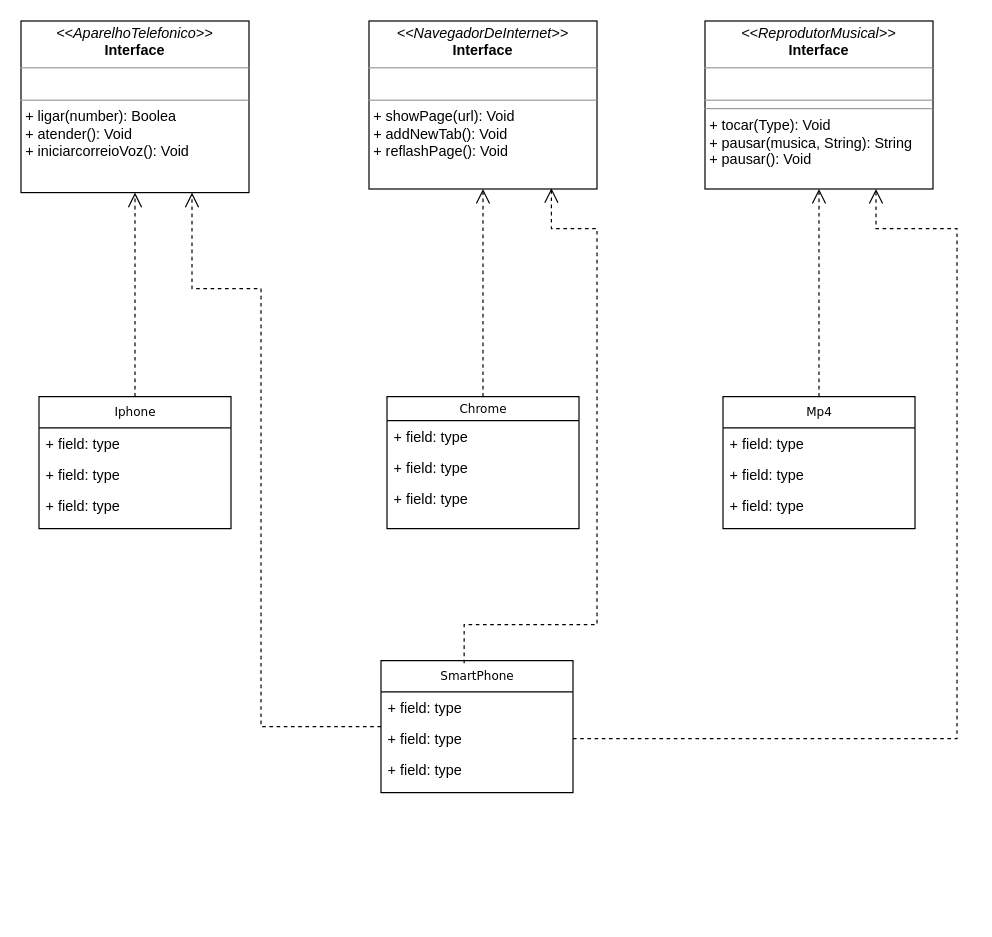
Sousa-Diin/dio-trilha-java-basico keeps this draw.io diagram as poo-iphone/src/com/sousadiin/Iphone.drawio. Above is the earlier version. Source tidied: cells renumbered, new cells numbered last; positions are measured from the earlier drawing's top-left corner, leaving out a move shared by most shapes. Both pictures are drawn from the tidied source at 120%, with x=0, y=0 at pixel (20, 20).
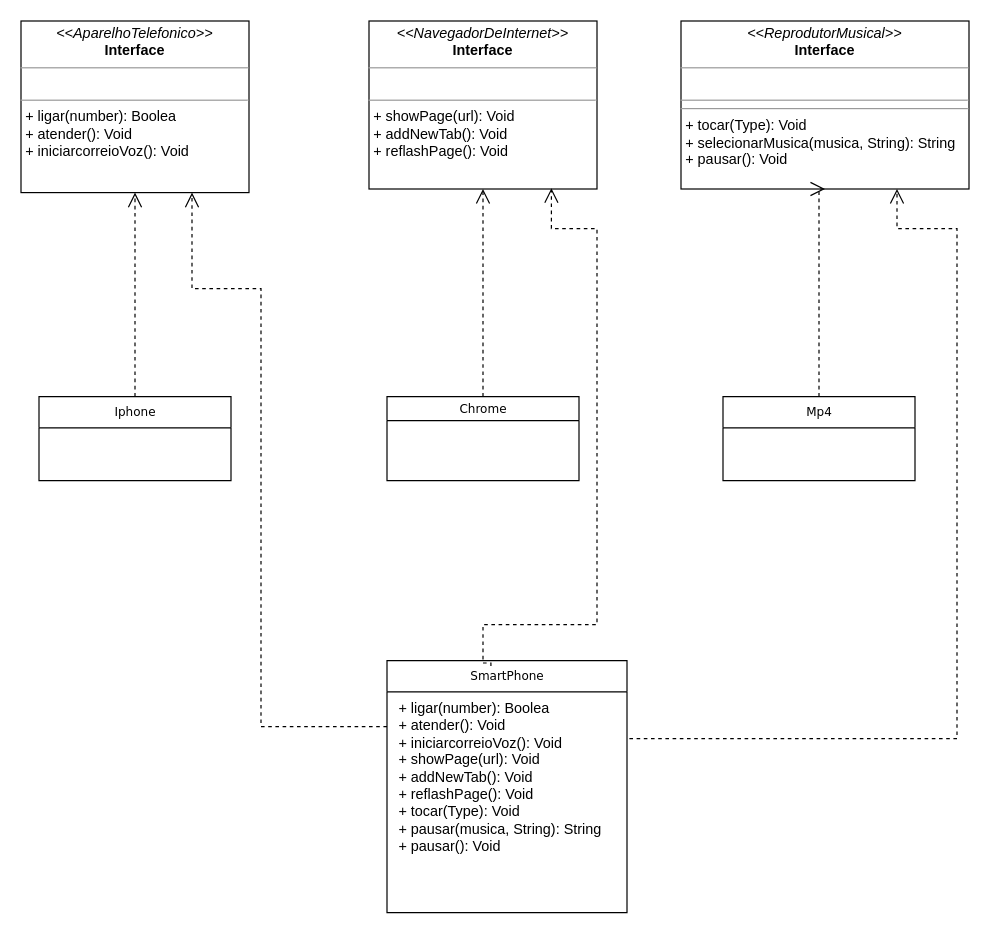
Above is the later version.

Unchanged cells that the change refers to:
```xml
<mxCell id="17" value="&lt;p style=&quot;margin:0px;margin-top:4px;text-align:center;&quot;&gt;&lt;i&gt;&amp;lt;&amp;lt;NavegadorDeInternet&amp;gt;&amp;gt;&lt;/i&gt;&lt;br&gt;&lt;b&gt;Interface&lt;/b&gt;&lt;/p&gt;&lt;hr size=&quot;1&quot;&gt;&lt;p style=&quot;margin:0px;margin-left:4px;&quot;&gt;&lt;br&gt;&lt;/p&gt;&lt;hr size=&quot;1&quot;&gt;&lt;p style=&quot;margin:0px;margin-left:4px;&quot;&gt;+ showPage(url): Void&lt;br&gt;+ addNewTab(): Void&lt;/p&gt;&lt;p style=&quot;margin:0px;margin-left:4px;&quot;&gt;+ reflashPage(): Void&lt;/p&gt;" style="verticalAlign=top;align=left;overflow=fill;fontSize=12;fontFamily=Helvetica;html=1;rounded=0;shadow=0;comic=0;labelBackgroundColor=none;strokeWidth=1;" parent="1" vertex="1">
  <mxGeometry x="290" width="190" height="140" as="geometry" />
</mxCell>
```

The edit, as a diff of the source:
```diff
@@
     <mxCell id="3" value="Iphone" style="swimlane;html=1;fontStyle=0;horizontal=1;startSize=26;fillColor=none;swimlaneFillColor=#ffffff;rounded=0;shadow=0;comic=0;labelBackgroundColor=none;strokeWidth=1;fontFamily=Verdana;fontSize=10;align=center;" parent="1" vertex="1">
-      <mxGeometry x="15" y="313" width="160" height="110" as="geometry" />
+      <mxGeometry x="15" y="313" width="160" height="70" as="geometry" />
     </mxCell>
-    <mxCell id="4" value="+ field: type" style="text;html=1;strokeColor=none;fillColor=none;align=left;verticalAlign=top;spacingLeft=4;spacingRight=4;whiteSpace=wrap;overflow=hidden;" parent="3" vertex="1">
-      <mxGeometry y="26" width="160" height="26" as="geometry" />
-    </mxCell>
-    <mxCell id="5" value="+ field: type" style="text;html=1;strokeColor=none;fillColor=none;align=left;verticalAlign=top;spacingLeft=4;spacingRight=4;whiteSpace=wrap;overflow=hidden;" parent="3" vertex="1">
-      <mxGeometry y="52" width="160" height="26" as="geometry" />
-    </mxCell>
-    <mxCell id="6" value="+ field: type" style="text;html=1;strokeColor=none;fillColor=none;align=left;verticalAlign=top;spacingLeft=4;spacingRight=4;whiteSpace=wrap;overflow=hidden;" parent="3" vertex="1">
-      <mxGeometry y="78" width="160" height="26" as="geometry" />
-    </mxCell>
     <mxCell id="7" value="Chrome" style="swimlane;html=1;fontStyle=0;horizontal=1;startSize=20;fillColor=none;swimlaneFillColor=#ffffff;rounded=0;shadow=0;comic=0;labelBackgroundColor=none;strokeWidth=1;fontFamily=Verdana;fontSize=10;align=center;" parent="1" vertex="1">
-      <mxGeometry x="305" y="313" width="160" height="110" as="geometry" />
+      <mxGeometry x="305" y="313" width="160" height="70" as="geometry" />
     </mxCell>
-    <mxCell id="8" value="+ field: type" style="text;html=1;strokeColor=none;fillColor=none;align=left;verticalAlign=top;spacingLeft=4;spacingRight=4;whiteSpace=wrap;overflow=hidden;" parent="7" vertex="1">
-      <mxGeometry y="20" width="160" height="26" as="geometry" />
-    </mxCell>
-    <mxCell id="9" value="+ field: type" style="text;html=1;strokeColor=none;fillColor=none;align=left;verticalAlign=top;spacingLeft=4;spacingRight=4;whiteSpace=wrap;overflow=hidden;" parent="7" vertex="1">
-      <mxGeometry y="46" width="160" height="26" as="geometry" />
-    </mxCell>
-    <mxCell id="10" value="+ field: type" style="text;html=1;strokeColor=none;fillColor=none;align=left;verticalAlign=top;spacingLeft=4;spacingRight=4;whiteSpace=wrap;overflow=hidden;" parent="7" vertex="1">
-      <mxGeometry y="72" width="160" height="26" as="geometry" />
-    </mxCell>
-    <mxCell id="11" value="SmartPhone" style="swimlane;html=1;fontStyle=0;horizontal=1;startSize=26;fillColor=none;swimlaneFillColor=#ffffff;rounded=0;shadow=0;comic=0;labelBackgroundColor=none;strokeWidth=1;fontFamily=Verdana;fontSize=10;align=center;" parent="1" vertex="1">
-      <mxGeometry x="300" y="533" width="160" height="110" as="geometry" />
-    </mxCell>
-    <mxCell id="12" value="+ field: type" style="text;html=1;strokeColor=none;fillColor=none;align=left;verticalAlign=top;spacingLeft=4;spacingRight=4;whiteSpace=wrap;overflow=hidden;" parent="11" vertex="1">
-      <mxGeometry y="26" width="160" height="26" as="geometry" />
-    </mxCell>
-    <mxCell id="13" value="+ field: type" style="text;html=1;strokeColor=none;fillColor=none;align=left;verticalAlign=top;spacingLeft=4;spacingRight=4;whiteSpace=wrap;overflow=hidden;points=[[0,0.5],[1,0.5]];portConstraint=eastwest;" parent="11" vertex="1">
-      <mxGeometry y="52" width="160" height="26" as="geometry" />
-    </mxCell>
-    <mxCell id="14" value="+ field: type" style="text;html=1;strokeColor=none;fillColor=none;align=left;verticalAlign=top;spacingLeft=4;spacingRight=4;whiteSpace=wrap;overflow=hidden;" parent="11" vertex="1">
-      <mxGeometry y="78" width="160" height="26" as="geometry" />
-    </mxCell>
@@
-    <mxCell id="18" value="&lt;p style=&quot;margin:0px;margin-top:4px;text-align:center;&quot;&gt;&lt;i&gt;&amp;lt;&amp;lt;ReprodutorMusical&amp;gt;&amp;gt;&lt;/i&gt;&lt;br&gt;&lt;b&gt;Interface&lt;/b&gt;&lt;/p&gt;&lt;hr size=&quot;1&quot;&gt;&lt;p style=&quot;margin:0px;margin-left:4px;&quot;&gt;&lt;br&gt;&lt;/p&gt;&lt;hr size=&quot;1&quot;&gt;&lt;hr size=&quot;1&quot;&gt;&lt;p style=&quot;margin: 0px 0px 0px 4px;&quot;&gt;+ tocar(Type): Void&lt;br&gt;+ pausar(musica, String): String&lt;/p&gt;&lt;p style=&quot;margin: 0px 0px 0px 4px;&quot;&gt;+ pausar(): Void&lt;/p&gt;" style="verticalAlign=top;align=left;overflow=fill;fontSize=12;fontFamily=Helvetica;html=1;rounded=0;shadow=0;comic=0;labelBackgroundColor=none;strokeWidth=1;" parent="1" vertex="1">
-      <mxGeometry x="570" width="190" height="140" as="geometry" />
+    <mxCell id="18" value="&lt;p style=&quot;margin:0px;margin-top:4px;text-align:center;&quot;&gt;&lt;i&gt;&amp;lt;&amp;lt;ReprodutorMusical&amp;gt;&amp;gt;&lt;/i&gt;&lt;br&gt;&lt;b&gt;Interface&lt;/b&gt;&lt;/p&gt;&lt;hr size=&quot;1&quot;&gt;&lt;p style=&quot;margin:0px;margin-left:4px;&quot;&gt;&lt;br&gt;&lt;/p&gt;&lt;hr size=&quot;1&quot;&gt;&lt;hr size=&quot;1&quot;&gt;&lt;p style=&quot;margin: 0px 0px 0px 4px;&quot;&gt;+ tocar(Type): Void&lt;br&gt;+ selecionarMusica(musica, String): String&lt;/p&gt;&lt;p style=&quot;margin: 0px 0px 0px 4px;&quot;&gt;+ pausar(): Void&lt;/p&gt;" style="verticalAlign=top;align=left;overflow=fill;fontSize=12;fontFamily=Helvetica;html=1;rounded=0;shadow=0;comic=0;labelBackgroundColor=none;strokeWidth=1;" parent="1" vertex="1">
+      <mxGeometry x="550" width="240" height="140" as="geometry" />
     </mxCell>
@@
     <mxCell id="20" value="Mp4" style="swimlane;html=1;fontStyle=0;horizontal=1;startSize=26;fillColor=none;swimlaneFillColor=#ffffff;rounded=0;shadow=0;comic=0;labelBackgroundColor=none;strokeWidth=1;fontFamily=Verdana;fontSize=10;align=center;" parent="1" vertex="1">
-      <mxGeometry x="585" y="313" width="160" height="110" as="geometry" />
+      <mxGeometry x="585" y="313" width="160" height="70" as="geometry" />
     </mxCell>
-    <mxCell id="21" value="+ field: type" style="text;html=1;strokeColor=none;fillColor=none;align=left;verticalAlign=top;spacingLeft=4;spacingRight=4;whiteSpace=wrap;overflow=hidden;" parent="20" vertex="1">
-      <mxGeometry y="26" width="160" height="26" as="geometry" />
-    </mxCell>
-    <mxCell id="22" value="+ field: type" style="text;html=1;strokeColor=none;fillColor=none;align=left;verticalAlign=top;spacingLeft=4;spacingRight=4;whiteSpace=wrap;overflow=hidden;" parent="20" vertex="1">
-      <mxGeometry y="52" width="160" height="26" as="geometry" />
-    </mxCell>
-    <mxCell id="23" value="+ field: type" style="text;html=1;strokeColor=none;fillColor=none;align=left;verticalAlign=top;spacingLeft=4;spacingRight=4;whiteSpace=wrap;overflow=hidden;" parent="20" vertex="1">
-      <mxGeometry y="78" width="160" height="26" as="geometry" />
-    </mxCell>
@@
     <mxCell id="25" style="edgeStyle=orthogonalEdgeStyle;rounded=0;html=1;dashed=1;labelBackgroundColor=none;startFill=0;endArrow=open;endFill=0;endSize=10;fontFamily=Verdana;fontSize=10;entryX=0.8;entryY=0.995;entryDx=0;entryDy=0;entryPerimeter=0;exitX=0.433;exitY=0.021;exitDx=0;exitDy=0;exitPerimeter=0;" parent="1" edge="1" source="11" target="17">
       <mxGeometry relative="1" as="geometry">
         <Array as="points">
-          <mxPoint x="369" y="503" />
+          <mxPoint x="385" y="535" />
+          <mxPoint x="385" y="503" />
           <mxPoint x="480" y="503" />
           <mxPoint x="480" y="173" />
           <mxPoint x="442" y="173" />
         </Array>
       </mxGeometry>
     </mxCell>
-    <mxCell id="26" style="edgeStyle=orthogonalEdgeStyle;rounded=0;html=1;dashed=1;labelBackgroundColor=none;startFill=0;endArrow=open;endFill=0;endSize=10;fontFamily=Verdana;fontSize=10;exitX=1;exitY=0.5;exitDx=0;exitDy=0;entryX=0.75;entryY=1;entryDx=0;entryDy=0;" parent="1" edge="1" source="13" target="18">
+    <mxCell id="26" style="edgeStyle=orthogonalEdgeStyle;rounded=0;html=1;dashed=1;labelBackgroundColor=none;startFill=0;endArrow=open;endFill=0;endSize=10;fontFamily=Verdana;fontSize=10;exitX=1;exitY=0.5;exitDx=0;exitDy=0;entryX=0.75;entryY=1;entryDx=0;entryDy=0;" parent="1" edge="1" target="18">
       <mxGeometry relative="1" as="geometry">
+        <mxPoint x="465" y="616" as="sourcePoint" />
         <Array as="points">
+          <mxPoint x="465" y="598" />
           <mxPoint x="780" y="598" />
           <mxPoint x="780" y="173" />
-          <mxPoint x="713" y="173" />
+          <mxPoint x="730" y="173" />
         </Array>
       </mxGeometry>
     </mxCell>
+    <mxCell id="11" value="SmartPhone" style="swimlane;html=1;fontStyle=0;horizontal=1;startSize=26;fillColor=none;swimlaneFillColor=#ffffff;rounded=0;shadow=0;comic=0;labelBackgroundColor=none;strokeWidth=1;fontFamily=Verdana;fontSize=10;align=center;" parent="1" vertex="1">
+      <mxGeometry x="305" y="533" width="200" height="210" as="geometry" />
+    </mxCell>
+    <mxCell id="12" value="&lt;p style=&quot;text-wrap: nowrap; margin: 0px 0px 0px 4px;&quot;&gt;+ ligar(number): Boolea&lt;br&gt;+ atender(): Void&lt;/p&gt;&lt;p style=&quot;text-wrap: nowrap; margin: 0px 0px 0px 4px;&quot;&gt;+ iniciarcorreioVoz(): Void&lt;/p&gt;&lt;p style=&quot;text-wrap: nowrap; margin: 0px 0px 0px 4px;&quot;&gt;+ showPage(url): Void&lt;br&gt;+ addNewTab(): Void&lt;/p&gt;&lt;p style=&quot;text-wrap: nowrap; margin: 0px 0px 0px 4px;&quot;&gt;+ reflashPage(): Void&lt;/p&gt;&lt;p style=&quot;text-wrap: nowrap; margin: 0px 0px 0px 4px;&quot;&gt;+ tocar(Type): Void&lt;br&gt;+ pausar(musica, String): String&lt;/p&gt;&lt;p style=&quot;text-wrap: nowrap; margin: 0px 0px 0px 4px;&quot;&gt;+ pausar(): Void&lt;/p&gt;" style="text;html=1;strokeColor=none;fillColor=none;align=left;verticalAlign=top;spacingLeft=4;spacingRight=4;whiteSpace=wrap;overflow=hidden;" parent="11" vertex="1">
+      <mxGeometry y="26" width="200" height="184" as="geometry" />
+    </mxCell>
```
